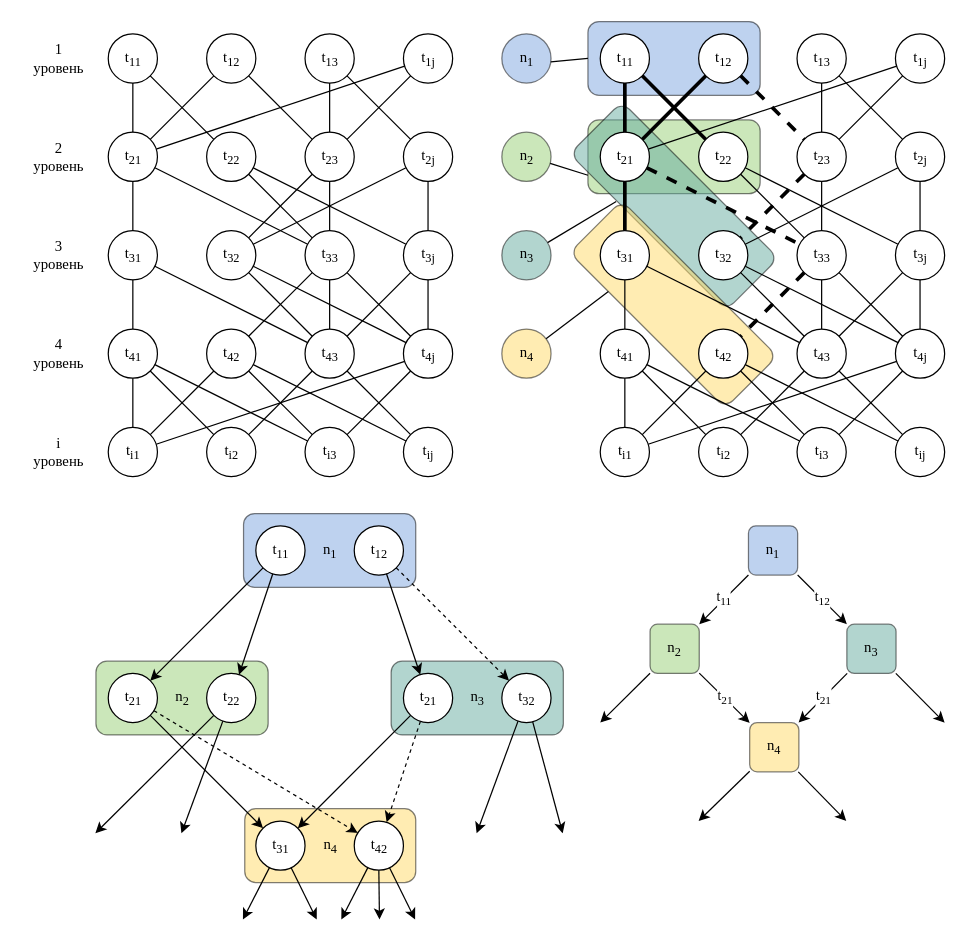
Before: иерархическая когнитивная схема.drawio in obscurya/draw.io, a draw.io diagram. Source tidied: cells renumbered, new cells numbered last; positions are measured from the earlier drawing's top-left corner, leaving out a move shared by most shapes. Both pictures are drawn from the tidied source at 123%, with x=0, y=0 at pixel (21, 21).
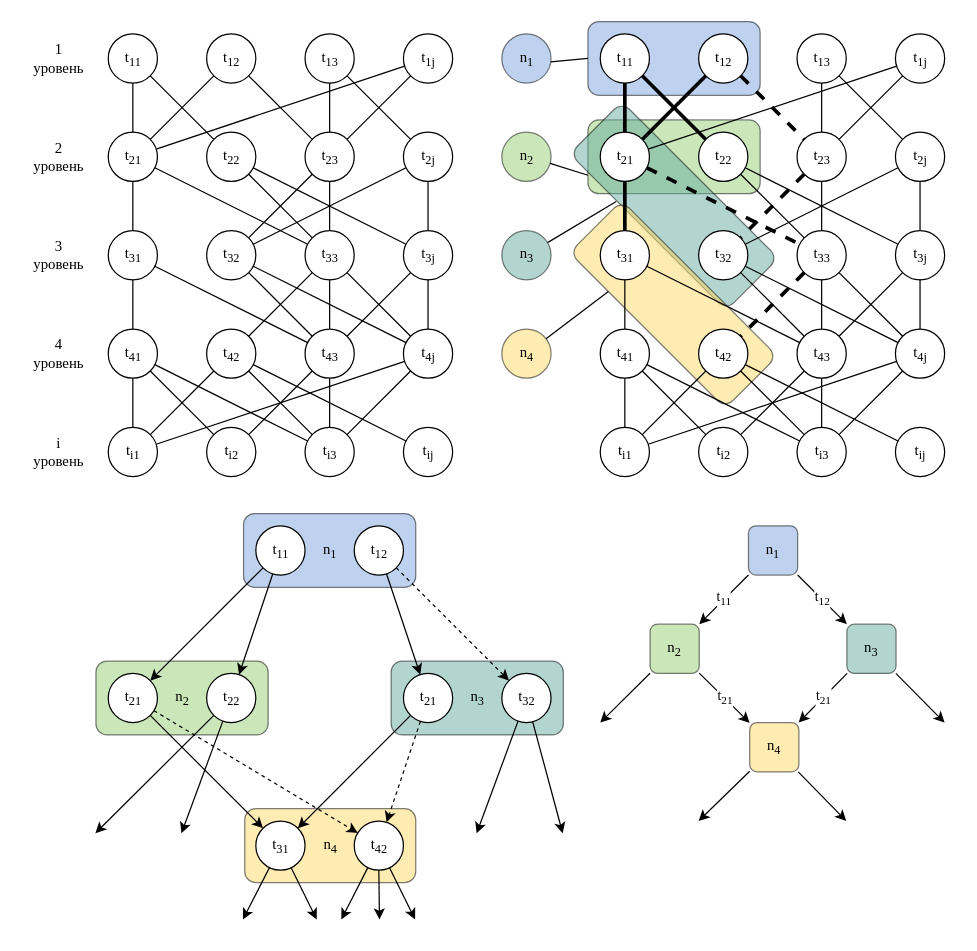
The same page after the edit.

The change refers to these unchanged cells:
```xml
<mxCell id="23" value="t&lt;sub&gt;43&lt;/sub&gt;" style="ellipse;whiteSpace=wrap;html=1;fontFamily=Times New Roman;" parent="1" vertex="1">
  <mxGeometry x="230.5" y="250" width="40" height="40" as="geometry" />
</mxCell>
<mxCell id="45" value="t&lt;sub&gt;i3&lt;/sub&gt;" style="ellipse;whiteSpace=wrap;html=1;fontFamily=Times New Roman;" parent="1" vertex="1">
  <mxGeometry x="230.5" y="330" width="40" height="40" as="geometry" />
</mxCell>
<mxCell id="46" value="t&lt;sub&gt;ij&lt;/sub&gt;" style="ellipse;whiteSpace=wrap;html=1;fontFamily=Times New Roman;" parent="1" vertex="1">
  <mxGeometry x="310.5" y="330" width="40" height="40" as="geometry" />
</mxCell>
<mxCell id="123" value="t&lt;sub&gt;43&lt;/sub&gt;" style="ellipse;whiteSpace=wrap;html=1;fontFamily=Times New Roman;" parent="1" vertex="1">
  <mxGeometry x="630.5" y="250" width="40" height="40" as="geometry" />
</mxCell>
<mxCell id="145" value="t&lt;sub&gt;i3&lt;/sub&gt;" style="ellipse;whiteSpace=wrap;html=1;fontFamily=Times New Roman;" parent="1" vertex="1">
  <mxGeometry x="630.5" y="330" width="40" height="40" as="geometry" />
</mxCell>
<mxCell id="146" value="t&lt;sub&gt;ij&lt;/sub&gt;" style="ellipse;whiteSpace=wrap;html=1;fontFamily=Times New Roman;" parent="1" vertex="1">
  <mxGeometry x="710.5" y="330" width="40" height="40" as="geometry" />
</mxCell>
```

The edit, as a diff of the source:
```diff
@@
-    <mxCell id="52" style="endArrow=none;html=1;fontFamily=Times New Roman;endFill=0;" parent="1" edge="1" source="23" target="46">
+    <mxCell id="52" style="endArrow=none;html=1;fontFamily=Times New Roman;endFill=0;" parent="1" edge="1" source="23" target="45">
       <mxGeometry relative="1" as="geometry" />
     </mxCell>
@@
-    <mxCell id="152" style="endArrow=none;html=1;fontFamily=Times New Roman;endFill=0;" parent="1" edge="1" source="123" target="146">
+    <mxCell id="152" style="endArrow=none;html=1;fontFamily=Times New Roman;endFill=0;" parent="1" edge="1" source="123" target="145">
       <mxGeometry relative="1" as="geometry" />
     </mxCell>
```
